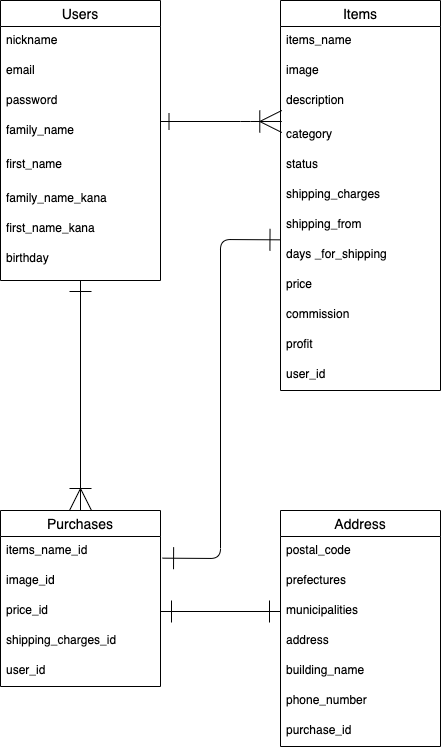
Above: app/assets/images/furima_ER.png in juuata/furima-38787 (draw.io), before the change. Source tidied: cells renumbered, new cells last; positions are measured from the earlier drawing's top-left corner, leaving out a move shared by most shapes.
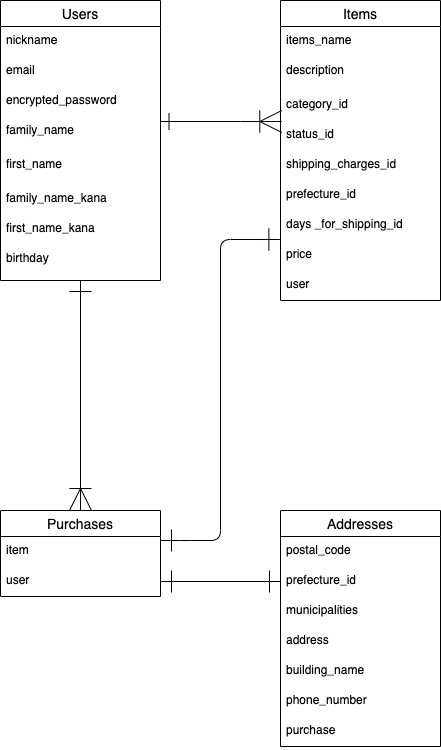
The same file after the commit.

Change to the diagram source:
```diff
@@ -11,7 +11,7 @@
     <mxCell id="4" value="email" style="text;strokeColor=none;fillColor=none;spacingLeft=4;spacingRight=4;overflow=hidden;fontSize=12;" parent="2" vertex="1">
       <mxGeometry y="56" width="160" height="30" as="geometry" />
     </mxCell>
-    <mxCell id="5" value="password" style="text;strokeColor=none;fillColor=none;spacingLeft=4;spacingRight=4;overflow=hidden;fontSize=12;" parent="2" vertex="1">
+    <mxCell id="5" value="encrypted_password" style="text;strokeColor=none;fillColor=none;spacingLeft=4;spacingRight=4;overflow=hidden;fontSize=12;" parent="2" vertex="1">
       <mxGeometry y="86" width="160" height="30" as="geometry" />
     </mxCell>
     <mxCell id="6" value="family_name" style="text;strokeColor=none;fillColor=none;spacingLeft=4;spacingRight=4;overflow=hidden;fontSize=12;" parent="2" vertex="1">
@@ -30,69 +30,51 @@
       <mxGeometry y="244" width="160" height="36" as="geometry" />
     </mxCell>
     <mxCell id="11" value="Items" style="swimlane;fontStyle=0;horizontal=1;startSize=26;align=center;fontSize=14;" parent="1" vertex="1">
-      <mxGeometry x="280" width="160" height="390" as="geometry" />
+      <mxGeometry x="280" width="160" height="300" as="geometry" />
     </mxCell>
     <mxCell id="12" value="items_name" style="text;strokeColor=none;fillColor=none;spacingLeft=4;spacingRight=4;overflow=hidden;fontSize=12;" parent="11" vertex="1">
       <mxGeometry y="26" width="160" height="30" as="geometry" />
     </mxCell>
-    <mxCell id="13" value="image" style="text;strokeColor=none;fillColor=none;spacingLeft=4;spacingRight=4;overflow=hidden;fontSize=12;" parent="11" vertex="1">
-      <mxGeometry y="56" width="160" height="30" as="geometry" />
-    </mxCell>
     <mxCell id="14" value="description" style="text;strokeColor=none;fillColor=none;spacingLeft=4;spacingRight=4;overflow=hidden;fontSize=12;" parent="11" vertex="1">
-      <mxGeometry y="86" width="160" height="34" as="geometry" />
+      <mxGeometry y="56" width="160" height="34" as="geometry" />
     </mxCell>
-    <mxCell id="15" value="category" style="text;strokeColor=none;fillColor=none;spacingLeft=4;spacingRight=4;overflow=hidden;points=[[0,0.5],[1,0.5]];portConstraint=eastwest;fontSize=12;" parent="11" vertex="1">
-      <mxGeometry y="120" width="160" height="30" as="geometry" />
+    <mxCell id="15" value="category_id" style="text;strokeColor=none;fillColor=none;spacingLeft=4;spacingRight=4;overflow=hidden;points=[[0,0.5],[1,0.5]];portConstraint=eastwest;fontSize=12;" parent="11" vertex="1">
+      <mxGeometry y="90" width="160" height="30" as="geometry" />
     </mxCell>
-    <mxCell id="16" value="status" style="text;strokeColor=none;fillColor=none;spacingLeft=4;spacingRight=4;overflow=hidden;fontSize=12;" parent="11" vertex="1">
-      <mxGeometry y="150" width="160" height="30" as="geometry" />
+    <mxCell id="16" value="status_id" style="text;strokeColor=none;fillColor=none;spacingLeft=4;spacingRight=4;overflow=hidden;fontSize=12;" parent="11" vertex="1">
+      <mxGeometry y="120" width="160" height="30" as="geometry" />
     </mxCell>
-    <mxCell id="17" value="shipping_charges" style="text;strokeColor=none;fillColor=none;spacingLeft=4;spacingRight=4;overflow=hidden;fontSize=12;" parent="11" vertex="1">
-      <mxGeometry y="180" width="160" height="30" as="geometry" />
+    <mxCell id="17" value="shipping_charges_id" style="text;strokeColor=none;fillColor=none;spacingLeft=4;spacingRight=4;overflow=hidden;fontSize=12;" parent="11" vertex="1">
+      <mxGeometry y="150" width="160" height="30" as="geometry" />
     </mxCell>
-    <mxCell id="18" value="shipping_from" style="text;strokeColor=none;fillColor=none;spacingLeft=4;spacingRight=4;overflow=hidden;fontSize=12;" parent="11" vertex="1">
-      <mxGeometry y="210" width="160" height="30" as="geometry" />
+    <mxCell id="18" value="prefecture_id" style="text;strokeColor=none;fillColor=none;spacingLeft=4;spacingRight=4;overflow=hidden;fontSize=12;" parent="11" vertex="1">
+      <mxGeometry y="180" width="160" height="30" as="geometry" />
     </mxCell>
-    <mxCell id="19" value="days _for_shipping" style="text;strokeColor=none;fillColor=none;spacingLeft=4;spacingRight=4;overflow=hidden;points=[[0,0.5],[1,0.5]];portConstraint=eastwest;fontSize=12;" parent="11" vertex="1">
-      <mxGeometry y="240" width="160" height="30" as="geometry" />
+    <mxCell id="19" value="days _for_shipping_id" style="text;strokeColor=none;fillColor=none;spacingLeft=4;spacingRight=4;overflow=hidden;points=[[0,0.5],[1,0.5]];portConstraint=eastwest;fontSize=12;" parent="11" vertex="1">
+      <mxGeometry y="210" width="160" height="30" as="geometry" />
     </mxCell>
     <mxCell id="20" value="price" style="text;strokeColor=none;fillColor=none;spacingLeft=4;spacingRight=4;overflow=hidden;fontSize=12;" parent="11" vertex="1">
-      <mxGeometry y="270" width="160" height="30" as="geometry" />
+      <mxGeometry y="240" width="160" height="30" as="geometry" />
     </mxCell>
-    <mxCell id="21" value="commission" style="text;strokeColor=none;fillColor=none;spacingLeft=4;spacingRight=4;overflow=hidden;fontSize=12;" parent="11" vertex="1">
-      <mxGeometry y="300" width="160" height="30" as="geometry" />
-    </mxCell>
-    <mxCell id="22" value="profit" style="text;strokeColor=none;fillColor=none;spacingLeft=4;spacingRight=4;overflow=hidden;fontSize=12;" parent="11" vertex="1">
-      <mxGeometry y="330" width="160" height="30" as="geometry" />
-    </mxCell>
-    <mxCell id="23" value="user_id" style="text;strokeColor=none;fillColor=none;spacingLeft=4;spacingRight=4;overflow=hidden;fontSize=12;" parent="11" vertex="1">
-      <mxGeometry y="360" width="160" height="30" as="geometry" />
+    <mxCell id="23" value="user" style="text;strokeColor=none;fillColor=none;spacingLeft=4;spacingRight=4;overflow=hidden;fontSize=12;" parent="11" vertex="1">
+      <mxGeometry y="270" width="160" height="30" as="geometry" />
     </mxCell>
     <mxCell id="24" value="Purchases" style="swimlane;fontStyle=0;horizontal=1;startSize=26;align=center;fontSize=14;" parent="1" vertex="1">
-      <mxGeometry y="510" width="160" height="176" as="geometry" />
+      <mxGeometry y="510" width="160" height="86" as="geometry" />
     </mxCell>
-    <mxCell id="25" value="items_name_id" style="text;strokeColor=none;fillColor=none;spacingLeft=4;spacingRight=4;overflow=hidden;points=[[0,0.5],[1,0.5]];portConstraint=eastwest;fontSize=12;" parent="24" vertex="1">
+    <mxCell id="25" value="item" style="text;strokeColor=none;fillColor=none;spacingLeft=4;spacingRight=4;overflow=hidden;points=[[0,0.5],[1,0.5]];portConstraint=eastwest;fontSize=12;" parent="24" vertex="1">
       <mxGeometry y="26" width="160" height="30" as="geometry" />
     </mxCell>
-    <mxCell id="26" value="image_id" style="text;strokeColor=none;fillColor=none;spacingLeft=4;spacingRight=4;overflow=hidden;fontSize=12;" parent="24" vertex="1">
-      <mxGeometry y="56" width="160" height="30" as="geometry" />
-    </mxCell>
-    <mxCell id="27" value="price_id" style="text;strokeColor=none;fillColor=none;spacingLeft=4;spacingRight=4;overflow=hidden;points=[[0,0.5],[1,0.5]];portConstraint=eastwest;fontSize=12;" parent="24" vertex="1">
-      <mxGeometry y="86" width="160" height="30" as="geometry" />
-    </mxCell>
-    <mxCell id="28" value="shipping_charges_id" style="text;strokeColor=none;fillColor=none;spacingLeft=4;spacingRight=4;overflow=hidden;fontSize=12;" parent="24" vertex="1">
-      <mxGeometry y="116" width="160" height="30" as="geometry" />
-    </mxCell>
-    <mxCell id="29" value="user_id" style="text;strokeColor=none;fillColor=none;spacingLeft=4;spacingRight=4;overflow=hidden;points=[[0,0.5],[1,0.5]];portConstraint=eastwest;fontSize=12;" parent="24" vertex="1">
-      <mxGeometry y="146" width="160" height="30" as="geometry" />
+    <mxCell id="29" value="user" style="text;strokeColor=none;fillColor=none;spacingLeft=4;spacingRight=4;overflow=hidden;points=[[0,0.5],[1,0.5]];portConstraint=eastwest;fontSize=12;" parent="24" vertex="1">
+      <mxGeometry y="56" width="160" height="30" as="geometry" />
     </mxCell>
-    <mxCell id="30" value="Address" style="swimlane;fontStyle=0;horizontal=1;startSize=26;align=center;fontSize=14;" parent="1" vertex="1">
+    <mxCell id="30" value="Addresses" style="swimlane;fontStyle=0;horizontal=1;startSize=26;align=center;fontSize=14;" parent="1" vertex="1">
       <mxGeometry x="280" y="510" width="160" height="236" as="geometry" />
     </mxCell>
     <mxCell id="31" value="postal_code" style="text;strokeColor=none;fillColor=none;spacingLeft=4;spacingRight=4;overflow=hidden;fontSize=12;" parent="30" vertex="1">
       <mxGeometry y="26" width="160" height="30" as="geometry" />
     </mxCell>
-    <mxCell id="32" value="prefectures" style="text;strokeColor=none;fillColor=none;spacingLeft=4;spacingRight=4;overflow=hidden;points=[[0,0.5],[1,0.5]];portConstraint=eastwest;fontSize=12;" parent="30" vertex="1">
+    <mxCell id="32" value="prefecture_id" style="text;strokeColor=none;fillColor=none;spacingLeft=4;spacingRight=4;overflow=hidden;points=[[0,0.5],[1,0.5]];portConstraint=eastwest;fontSize=12;" parent="30" vertex="1">
       <mxGeometry y="56" width="160" height="30" as="geometry" />
     </mxCell>
     <mxCell id="33" value="municipalities" style="text;strokeColor=none;fillColor=none;spacingLeft=4;spacingRight=4;overflow=hidden;points=[[0,0.5],[1,0.5]];portConstraint=eastwest;fontSize=12;" parent="30" vertex="1">
@@ -107,14 +89,15 @@
     <mxCell id="36" value="phone_number" style="text;strokeColor=none;fillColor=none;spacingLeft=4;spacingRight=4;overflow=hidden;fontSize=12;" parent="30" vertex="1">
       <mxGeometry y="176" width="160" height="30" as="geometry" />
     </mxCell>
-    <mxCell id="37" value="purchase_id" style="text;strokeColor=none;fillColor=none;spacingLeft=4;spacingRight=4;overflow=hidden;fontSize=12;" parent="30" vertex="1">
+    <mxCell id="37" value="purchase" style="text;strokeColor=none;fillColor=none;spacingLeft=4;spacingRight=4;overflow=hidden;fontSize=12;" parent="30" vertex="1">
       <mxGeometry y="206" width="160" height="30" as="geometry" />
     </mxCell>
-    <mxCell id="38" style="edgeStyle=none;html=1;jumpSize=20;endArrow=ERoneToMany;endFill=0;endSize=20;startArrow=ERone;startFill=0;startSize=15;sourcePerimeterSpacing=0;entryX=0.008;entryY=0.033;entryDx=0;entryDy=0;entryPerimeter=0;" parent="1" edge="1" target="15">
+    <mxCell id="38" style="edgeStyle=none;html=1;jumpSize=20;endArrow=ERoneToMany;endFill=0;endSize=20;startArrow=ERone;startFill=0;startSize=15;sourcePerimeterSpacing=0;entryX=0.008;entryY=1.033;entryDx=0;entryDy=0;entryPerimeter=0;" parent="1" edge="1" target="15">
       <mxGeometry relative="1" as="geometry">
         <mxPoint x="160" y="121" as="sourcePoint" />
         <Array as="points">
           <mxPoint x="250" y="121" />
+          <mxPoint x="270" y="121" />
         </Array>
       </mxGeometry>
     </mxCell>
@@ -123,19 +106,22 @@
         <mxPoint x="80" y="280" as="sourcePoint" />
       </mxGeometry>
     </mxCell>
-    <mxCell id="40" style="edgeStyle=none;jumpSize=20;html=1;exitX=1;exitY=0.5;exitDx=0;exitDy=0;entryX=0;entryY=0.5;entryDx=0;entryDy=0;startArrow=ERone;startFill=0;endArrow=ERone;endFill=0;startSize=20;endSize=20;sourcePerimeterSpacing=0;" parent="1" edge="1" source="27" target="33">
+    <mxCell id="40" style="edgeStyle=none;jumpSize=20;html=1;exitX=1;exitY=0.5;exitDx=0;exitDy=0;entryX=0;entryY=0.5;entryDx=0;entryDy=0;startArrow=ERone;startFill=0;endArrow=ERone;endFill=0;startSize=20;endSize=20;sourcePerimeterSpacing=0;" parent="1" edge="1" source="29" target="32">
       <mxGeometry relative="1" as="geometry" />
     </mxCell>
-    <mxCell id="41" style="edgeStyle=none;jumpSize=20;html=1;exitX=0.003;exitY=-0.022;exitDx=0;exitDy=0;startArrow=ERone;startFill=0;endArrow=ERone;endFill=0;startSize=20;endSize=20;sourcePerimeterSpacing=0;entryX=1.013;entryY=0.722;entryDx=0;entryDy=0;entryPerimeter=0;exitPerimeter=0;" parent="1" edge="1" source="19" target="25">
+    <mxCell id="41" style="edgeStyle=none;jumpSize=20;html=1;exitX=-0.004;exitY=0.967;exitDx=0;exitDy=0;startArrow=ERone;startFill=0;endArrow=ERone;endFill=0;startSize=20;endSize=20;sourcePerimeterSpacing=0;exitPerimeter=0;" parent="1" edge="1" source="19">
       <mxGeometry relative="1" as="geometry">
+        <mxPoint x="160" y="540" as="targetPoint" />
         <Array as="points">
           <mxPoint x="220" y="239" />
-          <mxPoint x="220" y="558" />
+          <mxPoint x="220" y="540" />
+          <mxPoint x="180" y="540" />
         </Array>
       </mxGeometry>
     </mxCell>
-    <mxCell id="42" style="edgeStyle=none;jumpSize=20;html=1;exitX=0;exitY=0.5;exitDx=0;exitDy=0;startArrow=ERone;startFill=0;endArrow=ERone;endFill=0;startSize=20;endSize=20;sourcePerimeterSpacing=0;" parent="1" edge="1" source="15">
+    <mxCell id="42" style="edgeStyle=none;jumpSize=20;html=1;startArrow=ERone;startFill=0;endArrow=ERone;endFill=0;startSize=20;endSize=20;sourcePerimeterSpacing=0;" parent="1" edge="1">
       <mxGeometry relative="1" as="geometry">
+        <mxPoint x="280" y="135" as="sourcePoint" />
         <mxPoint x="280" y="135.2" as="targetPoint" />
       </mxGeometry>
     </mxCell>
```
